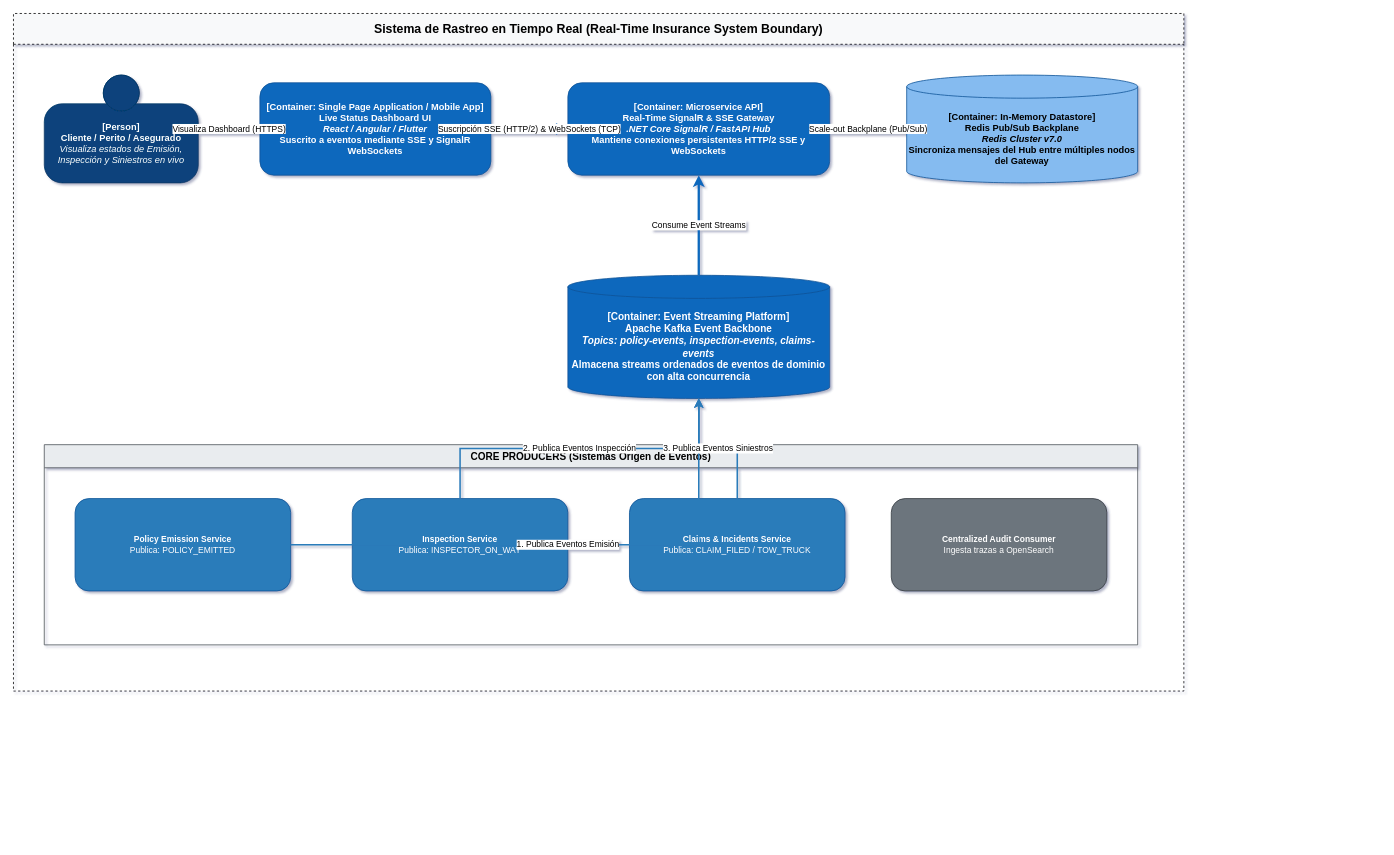
Above: pregunta_03/diagrams/c4_model_realtime_architecture.drawio in jhoney787813/TestArquitectura (draw.io), before the change. Source tidied: cells renumbered, new cells numbered last; positions are measured from the earlier drawing's top-left corner, leaving out a move shared by most shapes. Both pictures are drawn from the tidied source at 77%, with x=0, y=0 at pixel (13, 13).
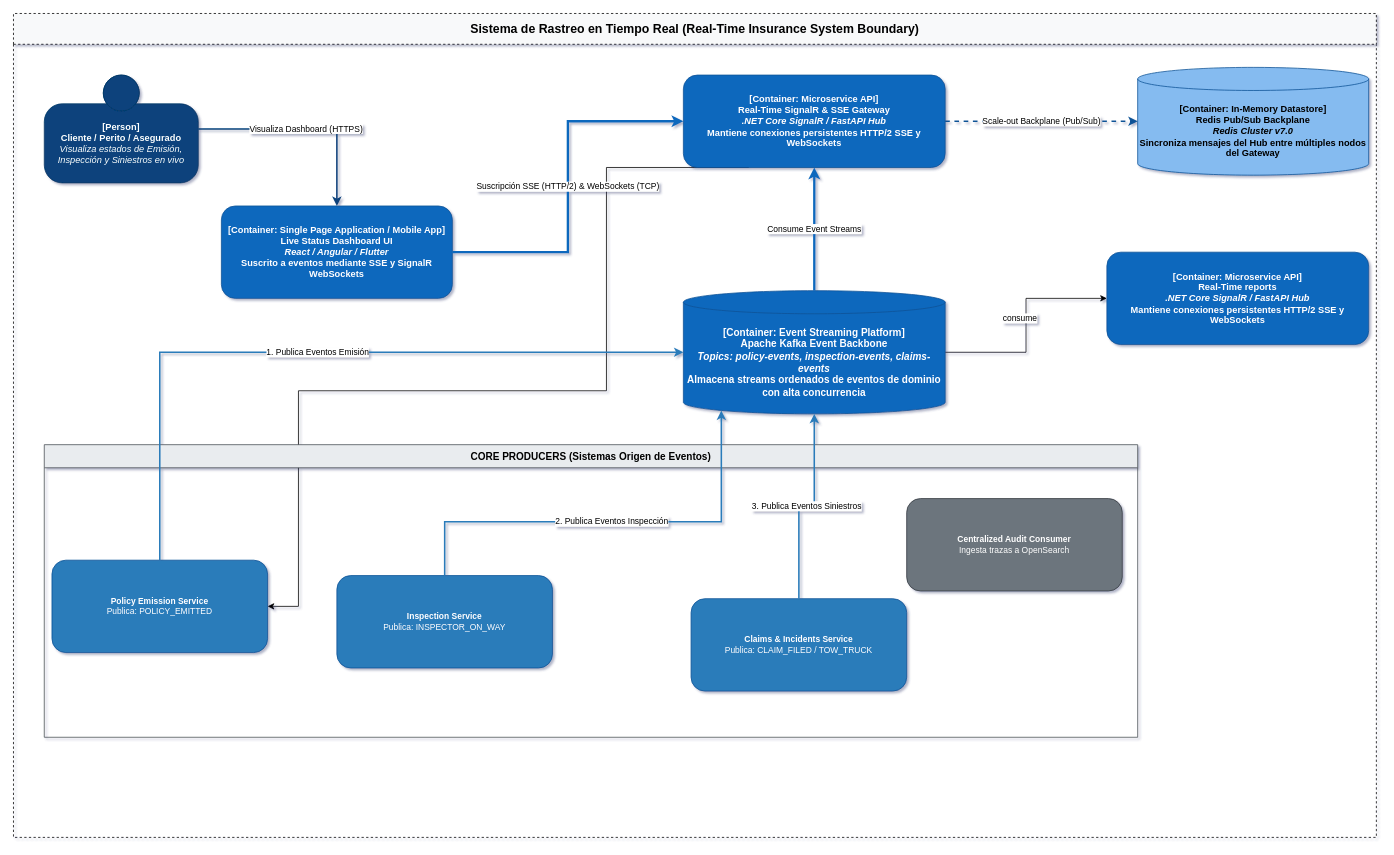
The same page after the edit.

What changed in the source:
```diff
@@
     <mxCell id="2" value="Sistema de Rastreo en Tiempo Real (Real-Time Insurance System Boundary)" style="swimlane;whiteSpace=wrap;html=1;fillColor=#f8f9fa;strokeColor=#000000;fontStyle=1;fontSize=16;startSize=40;dashed=1;" parent="1" vertex="1">
-      <mxGeometry width="1520" height="880" as="geometry" />
+      <mxGeometry width="1770" height="1070" as="geometry" />
     </mxCell>
@@
     <mxCell id="4" value="&lt;b&gt;[Container: Single Page Application / Mobile App]&lt;/b&gt;&lt;br&gt;&lt;b&gt;Live Status Dashboard UI&lt;/b&gt;&lt;br&gt;&lt;i&gt;React / Angular / Flutter&lt;/i&gt;&lt;br&gt;Suscrito a eventos mediante SSE y SignalR WebSockets" style="rounded=1;whiteSpace=wrap;html=1;fillColor=#1168bd;strokeColor=#0e5296;fontColor=#ffffff;fontSize=12;fontStyle=1;" parent="2" vertex="1">
-      <mxGeometry x="320" y="90" width="300" height="120" as="geometry" />
+      <mxGeometry x="270" y="250" width="300" height="120" as="geometry" />
     </mxCell>
+    <mxCell id="20" style="edgeStyle=orthogonalEdgeStyle;rounded=0;jettySize=auto;html=1;exitX=0.25;exitY=1;exitDx=0;exitDy=0;entryX=1;entryY=0.5;entryDx=0;entryDy=0;" parent="2" edge="1" source="5" target="9">
+      <mxGeometry relative="1" as="geometry">
+        <Array as="points">
+          <mxPoint x="770.1" y="200" />
+          <mxPoint x="770.1" y="490" />
+          <mxPoint x="370.1" y="490" />
+          <mxPoint x="370.1" y="770" />
+        </Array>
+      </mxGeometry>
+    </mxCell>
     <mxCell id="5" value="&lt;b&gt;[Container: Microservice API]&lt;/b&gt;&lt;br&gt;&lt;b&gt;Real-Time SignalR &amp; SSE Gateway&lt;/b&gt;&lt;br&gt;&lt;i&gt;.NET Core SignalR / FastAPI Hub&lt;/i&gt;&lt;br&gt;Mantiene conexiones persistentes HTTP/2 SSE y WebSockets" style="rounded=1;whiteSpace=wrap;html=1;fillColor=#1168bd;strokeColor=#0e5296;fontColor=#ffffff;fontSize=12;fontStyle=1;" parent="2" vertex="1">
-      <mxGeometry x="720" y="90" width="340" height="120" as="geometry" />
+      <mxGeometry x="870" y="80" width="340" height="120" as="geometry" />
     </mxCell>
     <mxCell id="6" value="&lt;b&gt;[Container: In-Memory Datastore]&lt;/b&gt;&lt;br&gt;&lt;b&gt;Redis Pub/Sub Backplane&lt;/b&gt;&lt;br&gt;&lt;i&gt;Redis Cluster v7.0&lt;/i&gt;&lt;br&gt;Sincroniza mensajes del Hub entre múltiples nodos del Gateway" style="shape=cylinder3;whiteSpace=wrap;html=1;boundedLbl=1;backgroundOutline=1;size=15;fillColor=#85bbf0;strokeColor=#0e5296;fontColor=#000000;fontSize=12;fontStyle=1;" parent="2" vertex="1">
-      <mxGeometry x="1160" y="80" width="300" height="140" as="geometry" />
+      <mxGeometry x="1460" y="70" width="300" height="140" as="geometry" />
     </mxCell>
+    <mxCell id="21" style="edgeStyle=orthogonalEdgeStyle;rounded=0;jettySize=auto;html=1;exitX=1;exitY=0.5;exitDx=0;exitDy=0;exitPerimeter=0;" parent="2" edge="1" source="7" target="23">
+      <mxGeometry relative="1" as="geometry" />
+    </mxCell>
+    <mxCell id="22" value="consume" style="edgeLabel;html=1;align=center;verticalAlign=middle;" parent="21" vertex="1">
+      <mxGeometry x="0.07" y="9" relative="1" as="geometry" />
+    </mxCell>
     <mxCell id="7" value="&lt;b&gt;[Container: Event Streaming Platform]&lt;/b&gt;&lt;br&gt;&lt;b&gt;Apache Kafka Event Backbone&lt;/b&gt;&lt;br&gt;&lt;i&gt;Topics: policy-events, inspection-events, claims-events&lt;/i&gt;&lt;br&gt;Almacena streams ordenados de eventos de dominio con alta concurrencia" style="shape=cylinder3;whiteSpace=wrap;html=1;boundedLbl=1;backgroundOutline=1;size=15;fillColor=#1168bd;strokeColor=#0e5296;fontColor=#ffffff;fontSize=13;fontStyle=1;" parent="2" vertex="1">
-      <mxGeometry x="720" y="340" width="340" height="160" as="geometry" />
+      <mxGeometry x="870" y="360" width="340" height="160" as="geometry" />
     </mxCell>
     <mxCell id="8" value="CORE PRODUCERS (Sistemas Origen de Eventos)" style="swimlane;whiteSpace=wrap;html=1;fillColor=#e9ecef;strokeColor=#495057;fontStyle=1;fontSize=13;startSize=30;" parent="2" vertex="1">
-      <mxGeometry x="40" y="560" width="1420" height="260" as="geometry" />
+      <mxGeometry x="40" y="560" width="1420" height="380" as="geometry" />
     </mxCell>
     <mxCell id="9" value="&lt;b&gt;Policy Emission Service&lt;/b&gt;&lt;br&gt;Publica: POLICY_EMITTED" style="rounded=1;whiteSpace=wrap;html=1;fillColor=#2b7bba;strokeColor=#0e5296;fontColor=#ffffff;fontSize=11;" parent="8" vertex="1">
-      <mxGeometry x="40" y="70" width="280" height="120" as="geometry" />
+      <mxGeometry x="10" y="150" width="280" height="120" as="geometry" />
     </mxCell>
     <mxCell id="10" value="&lt;b&gt;Inspection Service&lt;/b&gt;&lt;br&gt;Publica: INSPECTOR_ON_WAY" style="rounded=1;whiteSpace=wrap;html=1;fillColor=#2b7bba;strokeColor=#0e5296;fontColor=#ffffff;fontSize=11;" parent="8" vertex="1">
-      <mxGeometry x="400" y="70" width="280" height="120" as="geometry" />
+      <mxGeometry x="380" y="170" width="280" height="120" as="geometry" />
     </mxCell>
+    <mxCell id="12" value="&lt;b&gt;Centralized Audit Consumer&lt;/b&gt;&lt;br&gt;Ingesta trazas a OpenSearch" style="rounded=1;whiteSpace=wrap;html=1;fillColor=#6c757d;strokeColor=#343a40;fontColor=#ffffff;fontSize=11;" parent="8" vertex="1">
+      <mxGeometry x="1120" y="70" width="280" height="120" as="geometry" />
+    </mxCell>
     <mxCell id="11" value="&lt;b&gt;Claims &amp; Incidents Service&lt;/b&gt;&lt;br&gt;Publica: CLAIM_FILED / TOW_TRUCK" style="rounded=1;whiteSpace=wrap;html=1;fillColor=#2b7bba;strokeColor=#0e5296;fontColor=#ffffff;fontSize=11;" parent="8" vertex="1">
-      <mxGeometry x="760" y="70" width="280" height="120" as="geometry" />
+      <mxGeometry x="840" y="200" width="280" height="120" as="geometry" />
     </mxCell>
-    <mxCell id="12" value="&lt;b&gt;Centralized Audit Consumer&lt;/b&gt;&lt;br&gt;Ingesta trazas a OpenSearch" style="rounded=1;whiteSpace=wrap;html=1;fillColor=#6c757d;strokeColor=#343a40;fontColor=#ffffff;fontSize=11;" parent="8" vertex="1">
-      <mxGeometry x="1100" y="70" width="280" height="120" as="geometry" />
-    </mxCell>
@@
-    <mxCell id="14" value="Suscripción SSE (HTTP/2) &amp; WebSockets (TCP)" style="edgeStyle=orthogonalEdgeStyle;rounded=0;jettySize=auto;html=1;strokeWidth=3;strokeColor=#1168bd;" parent="2" edge="1" source="4" target="5">
+    <mxCell id="14" value="Suscripción SSE (HTTP/2) &amp; WebSockets (TCP)" style="edgeStyle=orthogonalEdgeStyle;rounded=0;jettySize=auto;html=1;strokeWidth=3;strokeColor=#1168bd;entryX=0;entryY=0.5;entryDx=0;entryDy=0;" parent="2" edge="1" source="4" target="5">
       <mxGeometry relative="1" as="geometry" />
     </mxCell>
@@
-    <mxCell id="17" value="1. Publica Eventos Emisión" style="edgeStyle=orthogonalEdgeStyle;rounded=0;jettySize=auto;html=1;strokeWidth=2;strokeColor=#2b7bba;" parent="2" edge="1" source="9" target="7">
+    <mxCell id="17" value="1. Publica Eventos Emisión" style="edgeStyle=orthogonalEdgeStyle;rounded=0;jettySize=auto;html=1;strokeWidth=2;strokeColor=#2b7bba;entryX=0;entryY=0.5;entryDx=0;entryDy=0;entryPerimeter=0;exitX=0.5;exitY=0;exitDx=0;exitDy=0;" parent="2" edge="1" source="9" target="7">
       <mxGeometry relative="1" as="geometry" />
     </mxCell>
-    <mxCell id="18" value="2. Publica Eventos Inspección" style="edgeStyle=orthogonalEdgeStyle;rounded=0;jettySize=auto;html=1;strokeWidth=2;strokeColor=#2b7bba;" parent="2" edge="1" source="10" target="7">
-      <mxGeometry relative="1" as="geometry" />
+    <mxCell id="18" value="2. Publica Eventos Inspección" style="edgeStyle=orthogonalEdgeStyle;rounded=0;jettySize=auto;html=1;strokeWidth=2;strokeColor=#2b7bba;entryX=0.145;entryY=1;entryDx=0;entryDy=-4.35;entryPerimeter=0;exitX=0.5;exitY=0;exitDx=0;exitDy=0;" parent="2" edge="1" source="10" target="7">
+      <mxGeometry relative="1" as="geometry">
+        <Array as="points">
+          <mxPoint x="560" y="660" />
+          <mxPoint x="919.2" y="660" />
+        </Array>
+      </mxGeometry>
     </mxCell>
@@
+    <mxCell id="23" value="&lt;b&gt;[Container: Microservice API]&lt;/b&gt;&lt;br&gt;&lt;b&gt;Real-Time reports&lt;/b&gt;&lt;br&gt;&lt;i&gt;.NET Core SignalR / FastAPI Hub&lt;/i&gt;&lt;br&gt;Mantiene conexiones persistentes HTTP/2 SSE y WebSockets" style="rounded=1;whiteSpace=wrap;html=1;fillColor=#1168bd;strokeColor=#0e5296;fontColor=#ffffff;fontSize=12;fontStyle=1;" parent="2" vertex="1">
+      <mxGeometry x="1420" y="310" width="340" height="120" as="geometry" />
+    </mxCell>
```
